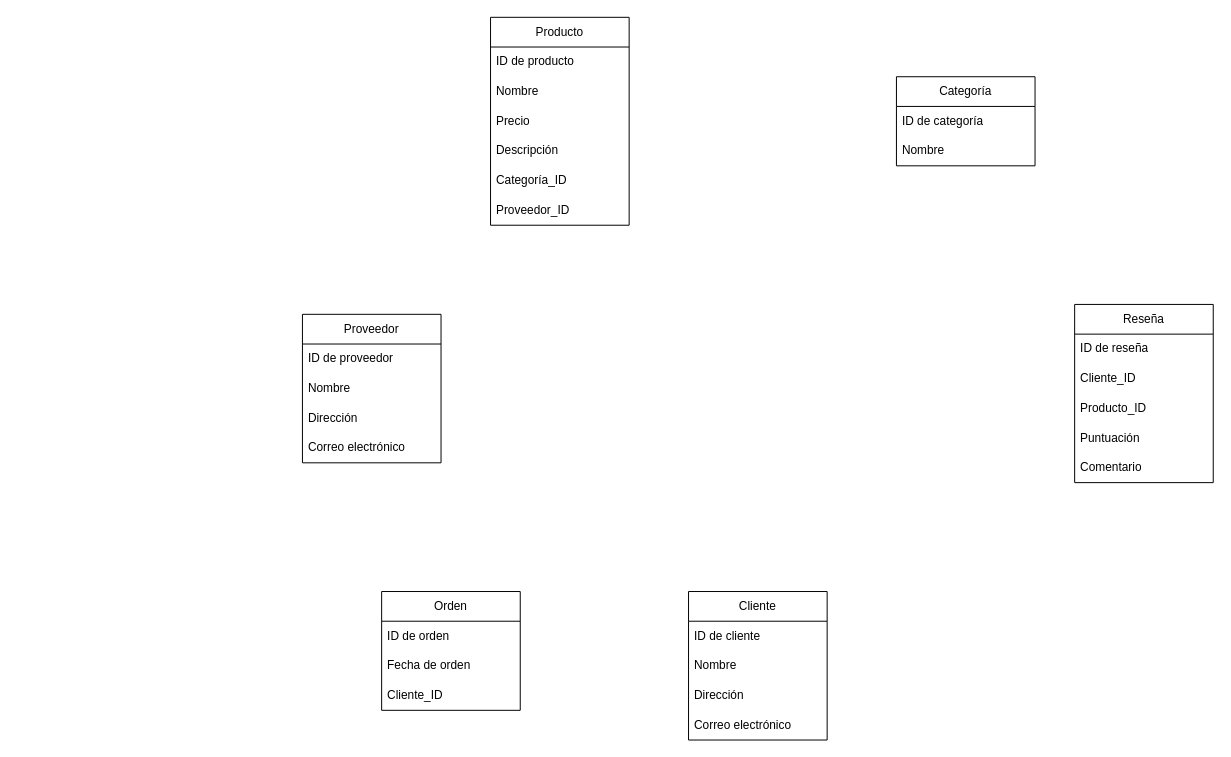
The draw.io diagram Diagrama sin título.drawio in jdsuarez11/repositorio-ada-school, before the edit. Source tidied: cells renumbered, new cells numbered last; positions are measured from the earlier drawing's top-left corner, leaving out a move shared by most shapes. Both pictures are drawn from the tidied source at 99%, with x=0, y=0 at pixel (302, 17).
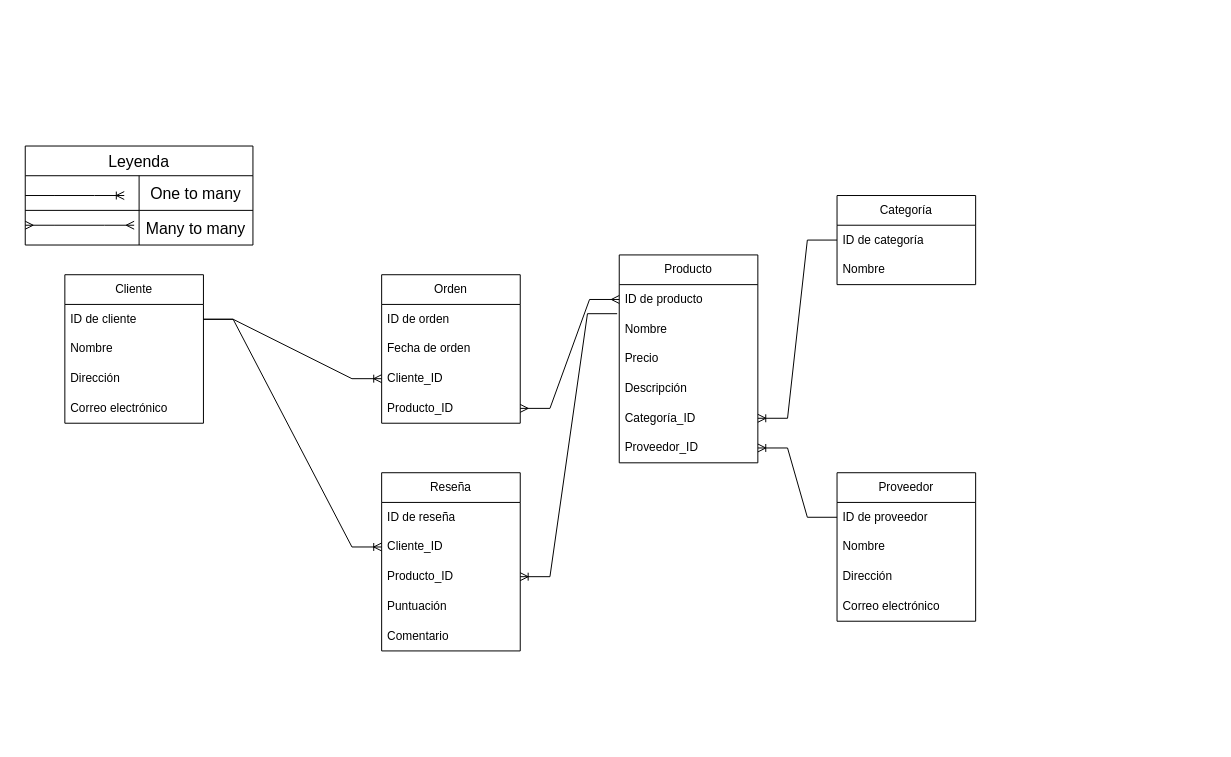
The same diagram, later.

The change refers to these unchanged cells:
```xml
<mxCell id="3" value="ID de cliente" style="text;strokeColor=none;fillColor=none;align=left;verticalAlign=middle;spacingLeft=4;spacingRight=4;overflow=hidden;points=[[0,0.5],[1,0.5]];portConstraint=eastwest;whiteSpace=wrap;html=1;" parent="2" vertex="1">
  <mxGeometry y="30" width="140" height="30" as="geometry" />
</mxCell>
<mxCell id="8" value="ID de categoría" style="text;strokeColor=none;fillColor=none;align=left;verticalAlign=middle;spacingLeft=4;spacingRight=4;overflow=hidden;points=[[0,0.5],[1,0.5]];portConstraint=eastwest;whiteSpace=wrap;html=1;" parent="7" vertex="1">
  <mxGeometry y="30" width="140" height="30" as="geometry" />
</mxCell>
<mxCell id="13" value="Cliente_ID" style="text;strokeColor=none;fillColor=none;align=left;verticalAlign=middle;spacingLeft=4;spacingRight=4;overflow=hidden;points=[[0,0.5],[1,0.5]];portConstraint=eastwest;whiteSpace=wrap;html=1;" parent="10" vertex="1">
  <mxGeometry y="90" width="140" height="30" as="geometry" />
</mxCell>
<mxCell id="15" value="ID de producto" style="text;strokeColor=none;fillColor=none;align=left;verticalAlign=middle;spacingLeft=4;spacingRight=4;overflow=hidden;points=[[0,0.5],[1,0.5]];portConstraint=eastwest;whiteSpace=wrap;html=1;" parent="14" vertex="1">
  <mxGeometry y="30" width="140" height="30" as="geometry" />
</mxCell>
<mxCell id="16" value="Nombre" style="text;strokeColor=none;fillColor=none;align=left;verticalAlign=middle;spacingLeft=4;spacingRight=4;overflow=hidden;points=[[0,0.5],[1,0.5]];portConstraint=eastwest;whiteSpace=wrap;html=1;" parent="14" vertex="1">
  <mxGeometry y="60" width="140" height="30" as="geometry" />
</mxCell>
<mxCell id="19" value="Categoría_ID" style="text;strokeColor=none;fillColor=none;align=left;verticalAlign=middle;spacingLeft=4;spacingRight=4;overflow=hidden;points=[[0,0.5],[1,0.5]];portConstraint=eastwest;whiteSpace=wrap;html=1;" parent="14" vertex="1">
  <mxGeometry y="150" width="140" height="30" as="geometry" />
</mxCell>
<mxCell id="20" value="Proveedor_ID" style="text;strokeColor=none;fillColor=none;align=left;verticalAlign=middle;spacingLeft=4;spacingRight=4;overflow=hidden;points=[[0,0.5],[1,0.5]];portConstraint=eastwest;whiteSpace=wrap;html=1;" parent="14" vertex="1">
  <mxGeometry y="180" width="140" height="30" as="geometry" />
</mxCell>
<mxCell id="22" value="ID de proveedor" style="text;strokeColor=none;fillColor=none;align=left;verticalAlign=middle;spacingLeft=4;spacingRight=4;overflow=hidden;points=[[0,0.5],[1,0.5]];portConstraint=eastwest;whiteSpace=wrap;html=1;" parent="21" vertex="1">
  <mxGeometry y="30" width="140" height="30" as="geometry" />
</mxCell>
<mxCell id="28" value="Cliente_ID" style="text;strokeColor=none;fillColor=none;align=left;verticalAlign=middle;spacingLeft=4;spacingRight=4;overflow=hidden;points=[[0,0.5],[1,0.5]];portConstraint=eastwest;whiteSpace=wrap;html=1;" parent="26" vertex="1">
  <mxGeometry y="60" width="140" height="30" as="geometry" />
</mxCell>
<mxCell id="29" value="Producto_ID" style="text;strokeColor=none;fillColor=none;align=left;verticalAlign=middle;spacingLeft=4;spacingRight=4;overflow=hidden;points=[[0,0.5],[1,0.5]];portConstraint=eastwest;whiteSpace=wrap;html=1;" parent="26" vertex="1">
  <mxGeometry y="90" width="140" height="30" as="geometry" />
</mxCell>
```

The edit, as a diff of the source:
```diff
@@
     <mxCell id="2" value="Cliente" style="swimlane;fontStyle=0;horizontal=1;startSize=30;whiteSpace=wrap;html=1;" parent="1" vertex="1">
-      <mxGeometry x="390" y="580" width="140" height="150" as="geometry" />
+      <mxGeometry x="-240" y="260" width="140" height="150" as="geometry" />
     </mxCell>
@@
     <mxCell id="7" value="Categoría" style="swimlane;fontStyle=0;horizontal=1;startSize=30;whiteSpace=wrap;html=1;" parent="1" vertex="1">
-      <mxGeometry x="600" y="60" width="140" height="90" as="geometry" />
+      <mxGeometry x="540" y="180" width="140" height="90" as="geometry" />
     </mxCell>
@@
     <mxCell id="10" value="Orden" style="swimlane;fontStyle=0;horizontal=1;startSize=30;whiteSpace=wrap;html=1;" parent="1" vertex="1">
-      <mxGeometry x="80" y="580" width="140" height="120" as="geometry" />
+      <mxGeometry x="80" y="260" width="140" height="150" as="geometry" />
     </mxCell>
@@
+    <mxCell id="32" value="Producto_ID" style="text;strokeColor=none;fillColor=none;align=left;verticalAlign=middle;spacingLeft=4;spacingRight=4;overflow=hidden;points=[[0,0.5],[1,0.5]];portConstraint=eastwest;whiteSpace=wrap;html=1;" parent="10" vertex="1">
+      <mxGeometry y="120" width="140" height="30" as="geometry" />
+    </mxCell>
     <mxCell id="14" value="Producto" style="swimlane;fontStyle=0;horizontal=1;startSize=30;whiteSpace=wrap;html=1;" parent="1" vertex="1">
-      <mxGeometry x="190" width="140" height="210" as="geometry" />
+      <mxGeometry x="320" y="240" width="140" height="210" as="geometry" />
     </mxCell>
@@
     <mxCell id="21" value="Proveedor" style="swimlane;fontStyle=0;horizontal=1;startSize=30;whiteSpace=wrap;html=1;" parent="1" vertex="1">
-      <mxGeometry y="300" width="140" height="150" as="geometry" />
+      <mxGeometry x="540" y="460" width="140" height="150" as="geometry" />
     </mxCell>
@@
     <mxCell id="26" value="Reseña" style="swimlane;fontStyle=0;horizontal=1;startSize=30;whiteSpace=wrap;html=1;" parent="1" vertex="1">
-      <mxGeometry x="780" y="290" width="140" height="180" as="geometry" />
+      <mxGeometry x="80" y="460" width="140" height="180" as="geometry" />
     </mxCell>
@@
+    <mxCell id="33" style="edgeStyle=entityRelationEdgeStyle;fontSize=12;html=1;endArrow=ERoneToMany;rounded=0;exitX=1;exitY=0.5;exitDx=0;exitDy=0;" parent="1" edge="1" source="3" target="13">
+      <mxGeometry relative="1" as="geometry">
+        <Array as="points">
+          <mxPoint x="50" y="360" />
+        </Array>
+      </mxGeometry>
+    </mxCell>
+    <mxCell id="34" style="edgeStyle=entityRelationEdgeStyle;fontSize=12;html=1;endArrow=ERoneToMany;rounded=0;" parent="1" edge="1" source="8" target="19">
+      <mxGeometry relative="1" as="geometry" />
+    </mxCell>
+    <mxCell id="35" style="edgeStyle=entityRelationEdgeStyle;fontSize=12;html=1;endArrow=ERoneToMany;rounded=0;entryX=1;entryY=0.5;entryDx=0;entryDy=0;" parent="1" edge="1" source="22" target="20">
+      <mxGeometry relative="1" as="geometry" />
+    </mxCell>
+    <mxCell id="36" style="edgeStyle=entityRelationEdgeStyle;fontSize=12;html=1;endArrow=ERoneToMany;rounded=0;exitX=1;exitY=0.5;exitDx=0;exitDy=0;" parent="1" edge="1" source="3" target="28">
+      <mxGeometry relative="1" as="geometry" />
+    </mxCell>
+    <mxCell id="37" style="edgeStyle=entityRelationEdgeStyle;fontSize=12;html=1;endArrow=ERoneToMany;rounded=0;entryX=1;entryY=0.5;entryDx=0;entryDy=0;exitX=-0.015;exitY=-0.021;exitDx=0;exitDy=0;exitPerimeter=0;" parent="1" edge="1" source="16" target="29">
+      <mxGeometry relative="1" as="geometry">
+        <Array as="points">
+          <mxPoint x="310" y="310" />
+          <mxPoint x="310" y="300" />
+        </Array>
+      </mxGeometry>
+    </mxCell>
+    <mxCell id="38" style="edgeStyle=entityRelationEdgeStyle;fontSize=12;html=1;endArrow=ERmany;startArrow=ERmany;rounded=0;entryX=0;entryY=0.5;entryDx=0;entryDy=0;" parent="1" edge="1" source="32" target="15">
+      <mxGeometry relative="1" as="geometry" />
+    </mxCell>
+    <mxCell id="39" style="group;" parent="1" vertex="1">
+      <mxGeometry x="-280" y="117" width="230" height="113" as="geometry" />
+    </mxCell>
+    <mxCell id="40" style="edgeStyle=entityRelationEdgeStyle;fontSize=12;html=1;endArrow=ERmany;startArrow=ERmany;rounded=0;" parent="39" edge="1">
+      <mxGeometry relative="1" as="geometry">
+        <mxPoint y="93" as="sourcePoint" />
+        <mxPoint x="110" y="93" as="targetPoint" />
+      </mxGeometry>
+    </mxCell>
+    <mxCell id="41" value="Leyenda" style="shape=table;startSize=30;childLayout=tableLayout;strokeColor=default;fontSize=16;" parent="1" vertex="1">
+      <mxGeometry x="-280" y="130" width="230" height="100" as="geometry" />
+    </mxCell>
+    <mxCell id="42" style="shape=tableRow;horizontal=0;startSize=0;swimlaneHead=0;swimlaneBody=0;strokeColor=inherit;top=0;left=0;bottom=0;right=0;fillColor=none;fontSize=16;" parent="41" vertex="1">
+      <mxGeometry y="30" width="230" height="35" as="geometry" />
+    </mxCell>
+    <mxCell id="43" style="shape=partialRectangle;html=1;whiteSpace=wrap;strokeColor=inherit;overflow=hidden;fillColor=none;top=0;left=0;bottom=0;right=0;fontSize=16;" parent="42" vertex="1">
+      <mxGeometry width="115" height="35" as="geometry" />
+    </mxCell>
+    <mxCell id="44" value="One to many" style="shape=partialRectangle;html=1;whiteSpace=wrap;strokeColor=inherit;overflow=hidden;fillColor=none;top=0;left=0;bottom=0;right=0;fontSize=16;" parent="42" vertex="1">
+      <mxGeometry x="115" width="115" height="35" as="geometry" />
+    </mxCell>
+    <mxCell id="45" style="shape=tableRow;horizontal=0;startSize=0;swimlaneHead=0;swimlaneBody=0;strokeColor=inherit;top=0;left=0;bottom=0;right=0;fillColor=none;points=[[0,0.5],[1,0.5]];portConstraint=eastwest;fontSize=16;" parent="41" vertex="1">
+      <mxGeometry y="65" width="230" height="35" as="geometry" />
+    </mxCell>
+    <mxCell id="46" style="shape=partialRectangle;html=1;whiteSpace=wrap;strokeColor=inherit;overflow=hidden;fillColor=none;top=0;left=0;bottom=0;right=0;fontSize=16;" parent="45" vertex="1">
+      <mxGeometry width="115" height="35" as="geometry" />
+    </mxCell>
+    <mxCell id="47" value="Many to many" style="shape=partialRectangle;html=1;whiteSpace=wrap;strokeColor=inherit;overflow=hidden;fillColor=none;top=0;left=0;bottom=0;right=0;fontSize=16;" parent="45" vertex="1">
+      <mxGeometry x="115" width="115" height="35" as="geometry" />
+    </mxCell>
+    <mxCell id="48" style="edgeStyle=elbowEdgeStyle;rounded=0;jettySize=auto;html=1;exitX=0.75;exitY=1;exitDx=0;exitDy=0;" parent="41" edge="1" source="41" target="45">
+      <mxGeometry relative="1" as="geometry" />
+    </mxCell>
+    <mxCell id="49" style="edgeStyle=entityRelationEdgeStyle;fontSize=12;html=1;endArrow=ERoneToMany;rounded=0;" parent="1" edge="1">
+      <mxGeometry relative="1" as="geometry">
+        <mxPoint x="-280" y="180" as="sourcePoint" />
+        <mxPoint x="-180" y="180" as="targetPoint" />
+      </mxGeometry>
+    </mxCell>
```
